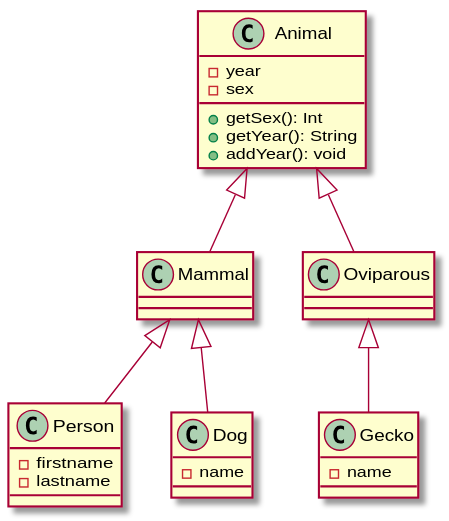
The PlantUML diagram generated-file-name.svg in traderbook/poo, before a commit.
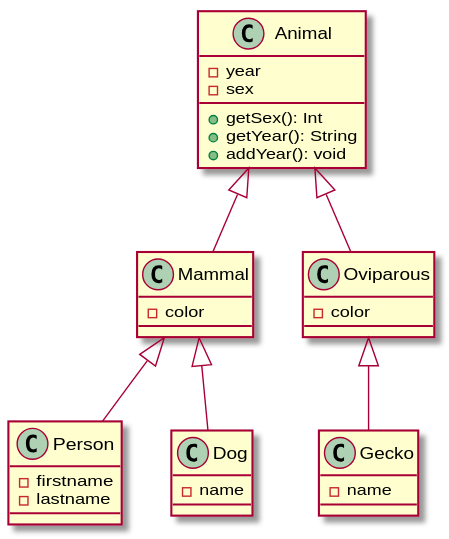
Later version of the same file.

Commit message:
Héritage de class

Diff of the diagram source:
```diff
@@ -9,9 +9,13 @@
 + addYear(): void
 }
 
-class Mammal extends Animal
+class Mammal extends Animal {
+- color
+}
 
-class Oviparous extends Animal
+class Oviparous extends Animal {
+- color
+}
 
 class Person extends Mammal {
 - firstname
```
